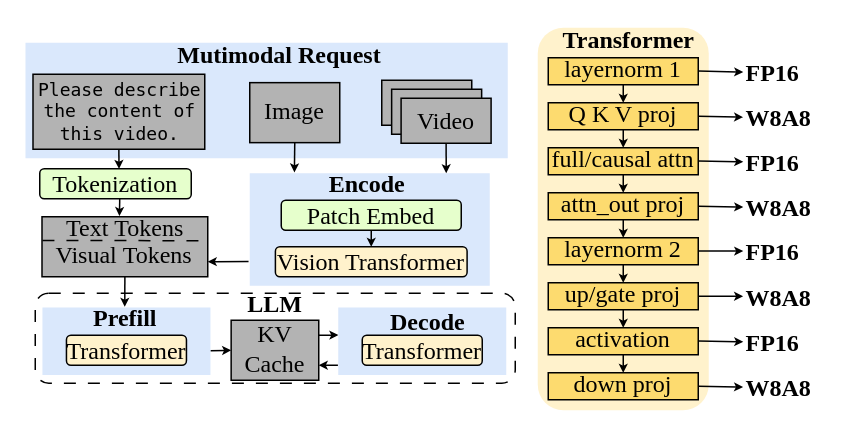
Above: figures/bg1.drawio in icszhr/hermes (draw.io), before the change. Source tidied: cells renumbered, new cells numbered last; positions are measured from the earlier drawing's top-left corner, leaving out a move shared by most shapes. Both pictures are drawn from the tidied source at 150%, with x=0, y=0 at pixel (24, 27).
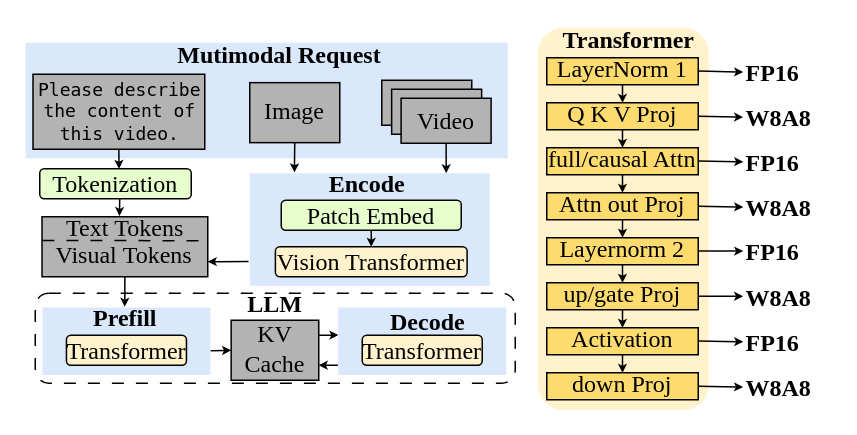
Above is the later version.

Diff of the diagram source:
```diff
@@
     <mxCell id="38" style="group;" parent="1" vertex="1">
-      <mxGeometry x="349" y="20" width="100" height="228" as="geometry" />
+      <mxGeometry x="348" y="20" width="101" height="228" as="geometry" />
     </mxCell>
@@
-    <mxCell id="40" value="layernorm 1" style="rounded=0;whiteSpace=wrap;html=1;fontFamily=Times New Roman;fontSize=16;fillColor=light-dark(#fddb6f, #ededed);spacingTop=-4;" parent="38" vertex="1">
-      <mxGeometry width="100" height="18" as="geometry" />
+    <mxCell id="40" value="LayerNorm 1" style="rounded=0;whiteSpace=wrap;html=1;fontFamily=Times New Roman;fontSize=16;fillColor=light-dark(#fddb6f, #ededed);spacingTop=-4;" parent="38" vertex="1">
+      <mxGeometry width="101" height="18" as="geometry" />
     </mxCell>
@@
-    <mxCell id="42" value="Q K V proj" style="rounded=0;whiteSpace=wrap;html=1;fontFamily=Times New Roman;fontSize=16;fillColor=light-dark(#fddb6f, #ededed);spacingTop=-4;" parent="38" vertex="1">
-      <mxGeometry y="30" width="100" height="18" as="geometry" />
+    <mxCell id="42" value="Q K V Proj" style="rounded=0;whiteSpace=wrap;html=1;fontFamily=Times New Roman;fontSize=16;fillColor=light-dark(#fddb6f, #ededed);spacingTop=-4;" parent="38" vertex="1">
+      <mxGeometry y="30" width="101" height="18" as="geometry" />
     </mxCell>
@@
-    <mxCell id="44" value="full/causal attn" style="rounded=0;whiteSpace=wrap;html=1;fontFamily=Times New Roman;fontSize=16;fillColor=light-dark(#fddb6f, #ededed);spacingTop=-4;" parent="38" vertex="1">
-      <mxGeometry y="60" width="100" height="18" as="geometry" />
+    <mxCell id="44" value="full/causal Attn" style="rounded=0;whiteSpace=wrap;html=1;fontFamily=Times New Roman;fontSize=16;fillColor=light-dark(#fddb6f, #ededed);spacingTop=-4;" parent="38" vertex="1">
+      <mxGeometry y="60" width="101" height="18" as="geometry" />
     </mxCell>
@@
-    <mxCell id="46" value="attn_out proj" style="rounded=0;whiteSpace=wrap;html=1;fontFamily=Times New Roman;fontSize=16;fillColor=light-dark(#fddb6f, #ededed);spacingTop=-4;" parent="38" vertex="1">
-      <mxGeometry y="90" width="100" height="18" as="geometry" />
+    <mxCell id="46" value="Attn out Proj" style="rounded=0;whiteSpace=wrap;html=1;fontFamily=Times New Roman;fontSize=16;fillColor=light-dark(#fddb6f, #ededed);spacingTop=-4;" parent="38" vertex="1">
+      <mxGeometry y="90" width="101" height="18" as="geometry" />
     </mxCell>
@@
-    <mxCell id="48" value="layernorm&amp;nbsp;2" style="rounded=0;whiteSpace=wrap;html=1;fontFamily=Times New Roman;fontSize=16;fillColor=light-dark(#fddb6f, #ededed);spacingTop=-4;" parent="38" vertex="1">
-      <mxGeometry y="120" width="100" height="18" as="geometry" />
+    <mxCell id="48" value="Layernorm&amp;nbsp;2" style="rounded=0;whiteSpace=wrap;html=1;fontFamily=Times New Roman;fontSize=16;fillColor=light-dark(#fddb6f, #ededed);spacingTop=-4;" parent="38" vertex="1">
+      <mxGeometry y="120" width="101" height="18" as="geometry" />
     </mxCell>
@@
-    <mxCell id="50" value="up/gate proj" style="rounded=0;whiteSpace=wrap;html=1;fontFamily=Times New Roman;fontSize=16;fillColor=light-dark(#fddb6f, #ededed);spacingTop=-4;" parent="38" vertex="1">
-      <mxGeometry y="150" width="100" height="18" as="geometry" />
+    <mxCell id="50" value="up/gate Proj" style="rounded=0;whiteSpace=wrap;html=1;fontFamily=Times New Roman;fontSize=16;fillColor=light-dark(#fddb6f, #ededed);spacingTop=-4;" parent="38" vertex="1">
+      <mxGeometry y="150" width="101" height="18" as="geometry" />
     </mxCell>
@@
-    <mxCell id="52" value="&lt;span&gt;activation&lt;/span&gt;" style="rounded=0;whiteSpace=wrap;html=1;fontFamily=Times New Roman;fontSize=16;fillColor=light-dark(#fddb6f, #ededed);spacingTop=-4;" parent="38" vertex="1">
-      <mxGeometry y="180" width="100" height="18" as="geometry" />
+    <mxCell id="52" value="&lt;span&gt;Activation&lt;/span&gt;" style="rounded=0;whiteSpace=wrap;html=1;fontFamily=Times New Roman;fontSize=16;fillColor=light-dark(#fddb6f, #ededed);spacingTop=-4;" parent="38" vertex="1">
+      <mxGeometry y="180" width="101" height="18" as="geometry" />
     </mxCell>
-    <mxCell id="53" value="&lt;span&gt;down proj&lt;/span&gt;" style="rounded=0;whiteSpace=wrap;html=1;fontFamily=Times New Roman;fontSize=16;fillColor=light-dark(#fddb6f, #ededed);spacingTop=-4;" parent="38" vertex="1">
-      <mxGeometry y="210" width="100" height="18" as="geometry" />
+    <mxCell id="53" value="&lt;span&gt;down Proj&lt;/span&gt;" style="rounded=0;whiteSpace=wrap;html=1;fontFamily=Times New Roman;fontSize=16;fillColor=light-dark(#fddb6f, #ededed);spacingTop=-4;" parent="38" vertex="1">
+      <mxGeometry y="210" width="101" height="18" as="geometry" />
     </mxCell>
```
